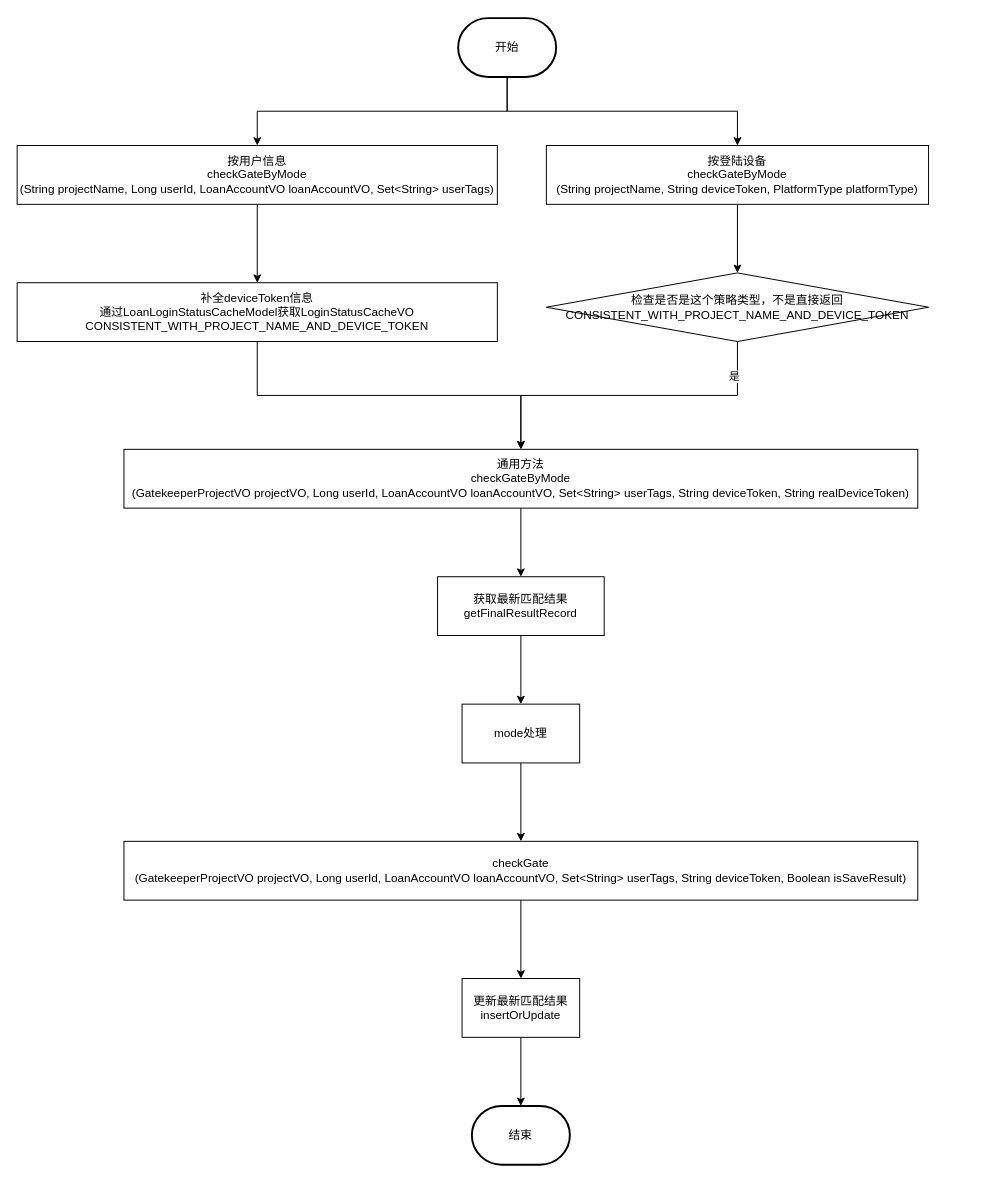
This is page "代码流程" (2 of 3) of 分流逻辑.drawio from ABIN-DS/flowchart, a draw.io file, before an edit. Source tidied: cells renumbered, new cells numbered last; positions are measured from the earlier drawing's top-left corner, leaving out a move shared by most shapes. Both pictures are drawn from the tidied source at 98%, with x=0, y=0 at pixel (17, 18).
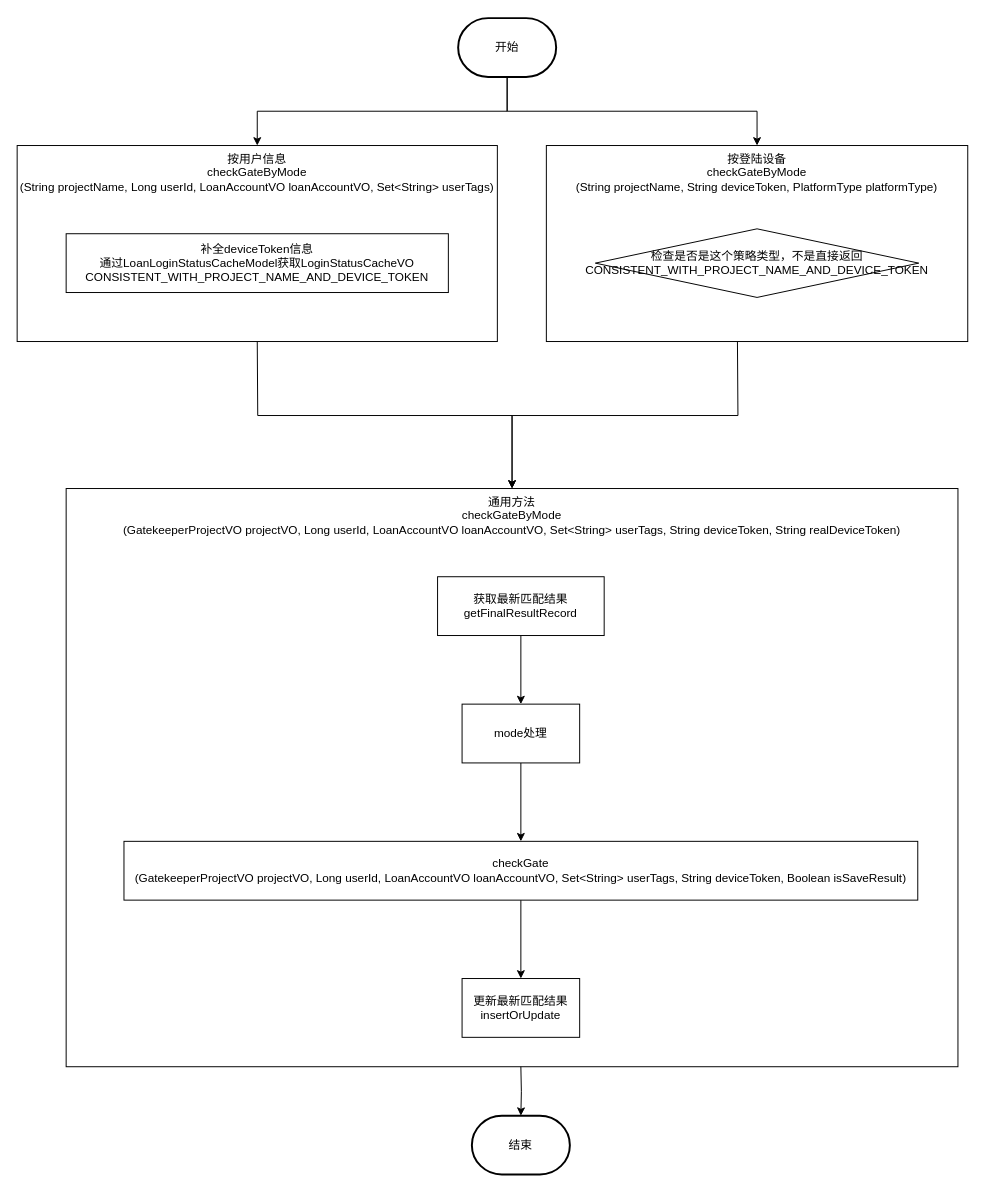
The same page after the edit.

Commit message (it also covers changes not shown here):
更新分流逻辑.drawio

Unchanged cells that the change refers to:
```xml
<mxCell id="17" value="获取最新匹配结果&lt;br&gt;getFinalResultRecord" style="whiteSpace=wrap;html=1;rounded=0;" parent="1" vertex="1">
  <mxGeometry x="429" y="570" width="170" height="60" as="geometry" />
</mxCell>
<mxCell id="23" value="更新最新匹配结果&lt;br&gt;insertOrUpdate" style="whiteSpace=wrap;html=1;rounded=0;" parent="1" vertex="1">
  <mxGeometry x="454" y="980" width="120" height="60" as="geometry" />
</mxCell>
```

Change to the diagram source:
```diff
@@
-    <mxCell id="5" style="edgeStyle=orthogonalEdgeStyle;rounded=0;jettySize=auto;html=1;" parent="1" edge="1" source="6" target="10">
-      <mxGeometry relative="1" as="geometry" />
-    </mxCell>
-    <mxCell id="6" value="按用户信息&lt;br&gt;checkGateByMode&lt;br style=&quot;border-color: var(--border-color);&quot;&gt;(String projectName, Long userId, LoanAccountVO loanAccountVO, Set&amp;lt;String&amp;gt; userTags)" style="rounded=0;whiteSpace=wrap;html=1;" parent="1" vertex="1">
-      <mxGeometry y="130" width="490" height="60" as="geometry" />
+    <mxCell id="6" value="按用户信息&lt;br&gt;checkGateByMode&lt;br style=&quot;border-color: var(--border-color);&quot;&gt;(String projectName, Long userId, LoanAccountVO loanAccountVO, Set&amp;lt;String&amp;gt; userTags)" style="rounded=0;whiteSpace=wrap;html=1;verticalAlign=top;" parent="1" vertex="1">
+      <mxGeometry y="130" width="490" height="200" as="geometry" />
     </mxCell>
-    <mxCell id="7" style="edgeStyle=orthogonalEdgeStyle;rounded=0;jettySize=auto;html=1;entryX=0.5;entryY=0;entryDx=0;entryDy=0;" parent="1" edge="1" source="8" target="15">
-      <mxGeometry relative="1" as="geometry" />
-    </mxCell>
-    <mxCell id="8" value="按登陆设备&lt;br&gt;checkGateByMode&lt;br&gt;(String projectName, String deviceToken, PlatformType platformType)" style="rounded=0;whiteSpace=wrap;html=1;" parent="1" vertex="1">
-      <mxGeometry x="540" y="130" width="390" height="60" as="geometry" />
+    <mxCell id="8" value="按登陆设备&lt;br&gt;checkGateByMode&lt;br&gt;(String projectName, String deviceToken, PlatformType platformType)" style="rounded=0;whiteSpace=wrap;html=1;verticalAlign=top;" parent="1" vertex="1">
+      <mxGeometry x="540" y="130" width="430" height="200" as="geometry" />
     </mxCell>
-    <mxCell id="9" style="edgeStyle=orthogonalEdgeStyle;rounded=0;jettySize=auto;html=1;entryX=0.5;entryY=0;entryDx=0;entryDy=0;" parent="1" edge="1" source="10" target="14">
-      <mxGeometry relative="1" as="geometry" />
+    <mxCell id="9" style="edgeStyle=orthogonalEdgeStyle;rounded=0;jettySize=auto;html=1;entryX=0.5;entryY=0;entryDx=0;entryDy=0;" parent="1" edge="1" target="14">
+      <mxGeometry relative="1" as="geometry">
+        <mxPoint x="245" y="330" as="sourcePoint" />
+      </mxGeometry>
     </mxCell>
     <mxCell id="10" value="补全deviceToken信息&lt;br&gt;通过LoanLoginStatusCacheModel获取LoginStatusCacheVO&lt;br&gt;CONSISTENT_WITH_PROJECT_NAME_AND_DEVICE_TOKEN" style="whiteSpace=wrap;html=1;rounded=0;" parent="1" vertex="1">
-      <mxGeometry y="270" width="490" height="60" as="geometry" />
+      <mxGeometry x="50" y="220" width="390" height="60" as="geometry" />
     </mxCell>
-    <mxCell id="11" style="edgeStyle=orthogonalEdgeStyle;rounded=0;jettySize=auto;html=1;entryX=0.5;entryY=0;entryDx=0;entryDy=0;exitX=0.5;exitY=1;exitDx=0;exitDy=0;" parent="1" edge="1" source="15" target="14">
-      <mxGeometry relative="1" as="geometry" />
+    <mxCell id="11" style="edgeStyle=orthogonalEdgeStyle;rounded=0;jettySize=auto;html=1;entryX=0.5;entryY=0;entryDx=0;entryDy=0;" parent="1" edge="1" target="14">
+      <mxGeometry relative="1" as="geometry">
+        <mxPoint x="735" y="330" as="sourcePoint" />
+      </mxGeometry>
     </mxCell>
-    <mxCell id="12" value="是" style="edgeLabel;html=1;align=center;verticalAlign=middle;" parent="11" vertex="1">
-      <mxGeometry x="-0.79" y="-4" relative="1" as="geometry" />
-    </mxCell>
-    <mxCell id="13" style="edgeStyle=orthogonalEdgeStyle;rounded=0;jettySize=auto;html=1;" parent="1" edge="1" source="14" target="17">
-      <mxGeometry relative="1" as="geometry" />
-    </mxCell>
-    <mxCell id="14" value="通用方法&lt;br&gt;checkGateByMode&lt;br&gt;(GatekeeperProjectVO projectVO, Long userId, LoanAccountVO loanAccountVO, Set&amp;lt;String&amp;gt; userTags, String deviceToken, String realDeviceToken)" style="whiteSpace=wrap;html=1;rounded=0;" parent="1" vertex="1">
-      <mxGeometry x="109" y="440" width="810" height="60" as="geometry" />
+    <mxCell id="14" value="通用方法&lt;br&gt;checkGateByMode&lt;br&gt;(GatekeeperProjectVO projectVO, Long userId, LoanAccountVO loanAccountVO, Set&amp;lt;String&amp;gt; userTags, String deviceToken, String realDeviceToken)" style="whiteSpace=wrap;html=1;rounded=0;verticalAlign=top;" parent="1" vertex="1">
+      <mxGeometry x="50" y="480" width="910" height="590" as="geometry" />
     </mxCell>
     <mxCell id="15" value="检查是否是这个策略类型，不是直接返回&lt;br&gt;CONSISTENT_WITH_PROJECT_NAME_AND_DEVICE_TOKEN" style="rhombus;whiteSpace=wrap;html=1;" parent="1" vertex="1">
-      <mxGeometry x="540" y="260" width="390" height="70" as="geometry" />
+      <mxGeometry x="590" y="215" width="330" height="70" as="geometry" />
     </mxCell>
@@
-    <mxCell id="22" style="edgeStyle=orthogonalEdgeStyle;rounded=0;jettySize=auto;html=1;" parent="1" edge="1" source="23" target="24">
-      <mxGeometry relative="1" as="geometry" />
+    <mxCell id="22" style="edgeStyle=orthogonalEdgeStyle;rounded=0;jettySize=auto;html=1;" parent="1" edge="1" target="24">
+      <mxGeometry relative="1" as="geometry">
+        <mxPoint x="514" y="1070" as="sourcePoint" />
+      </mxGeometry>
     </mxCell>
@@
     <mxCell id="24" value="结束" style="strokeWidth=2;html=1;shape=mxgraph.flowchart.terminator;whiteSpace=wrap;" parent="1" vertex="1">
-      <mxGeometry x="464" y="1110" width="100" height="60" as="geometry" />
+      <mxGeometry x="464" y="1120" width="100" height="60" as="geometry" />
     </mxCell>
```
